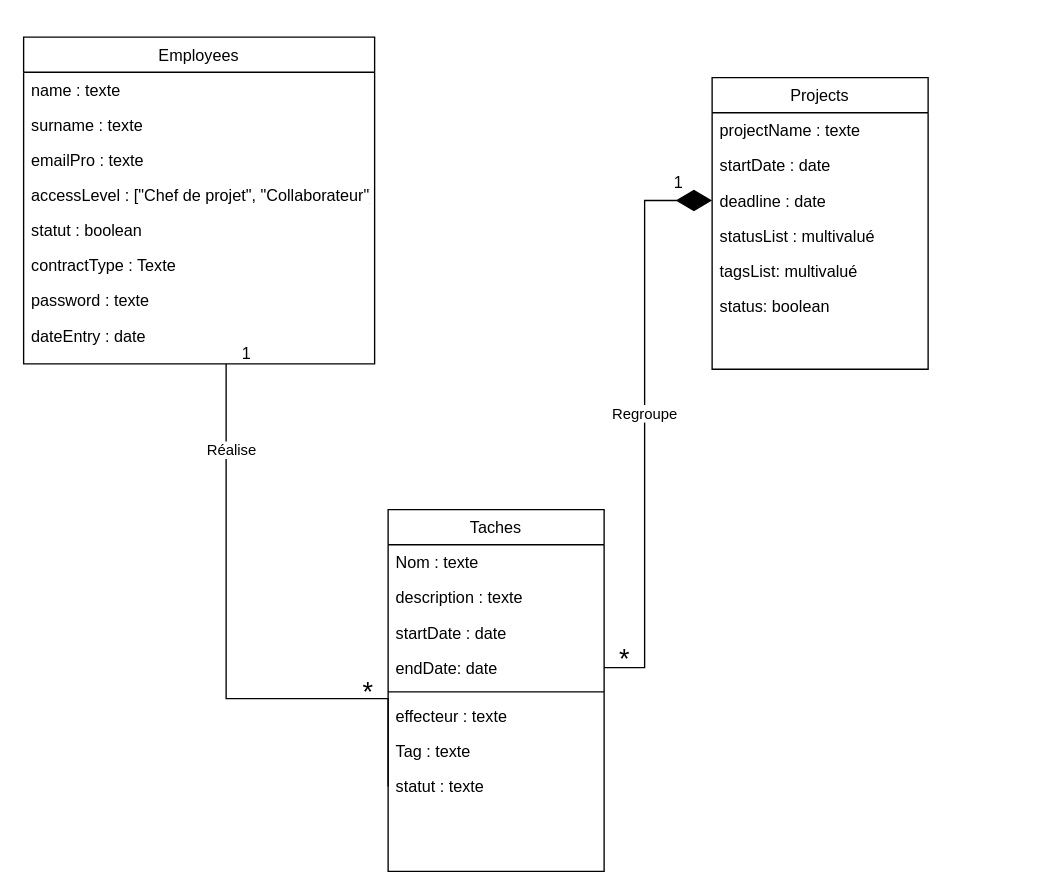
This is Diagramme sans nom.drawio from cbeauquel/OC_projet7, a draw.io file, before an edit. Source tidied: cells renumbered, new cells numbered last; positions are measured from the earlier drawing's top-left corner, leaving out a move shared by most shapes. Both pictures are drawn from the tidied source at 135%, with x=0, y=0 at pixel (23, 36).
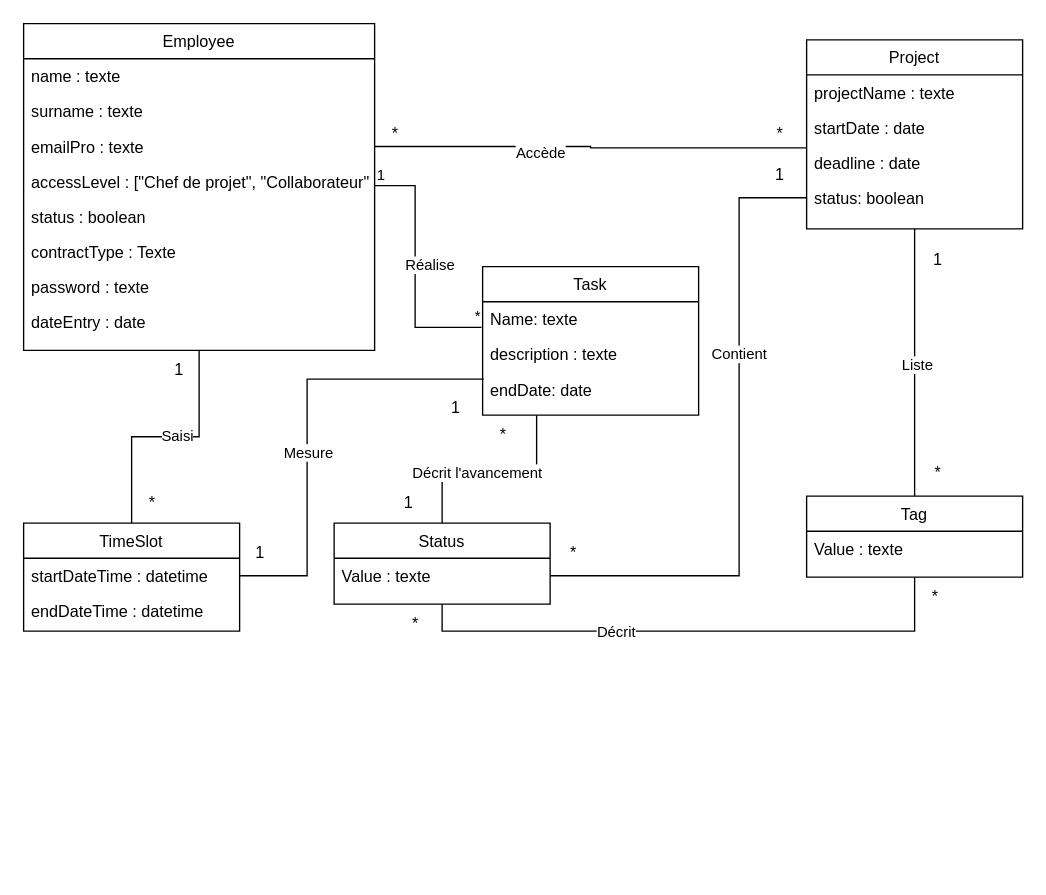
Above is the later version.

Commit message (it also covers changes not shown here):
Mettre à jour Diagramme sans nom.drawio

Unchanged cells that the change refers to:
```xml
<mxCell id="5" value="emailPro : texte" style="text;align=left;verticalAlign=top;spacingLeft=4;spacingRight=4;overflow=hidden;points=[[0,0.5],[1,0.5]];portConstraint=eastwest;rounded=0;shadow=0;html=0;" parent="2" vertex="1">
  <mxGeometry y="78" width="260" height="26" as="geometry" />
</mxCell>
<mxCell id="25" value="deadline : date" style="text;align=left;verticalAlign=top;spacingLeft=4;spacingRight=4;overflow=hidden;points=[[0,0.5],[1,0.5]];portConstraint=eastwest;rounded=0;shadow=0;html=0;" parent="22" vertex="1">
  <mxGeometry y="78" width="160" height="26" as="geometry" />
</mxCell>
```

What changed in the source:
```diff
@@
+    <mxCell id="35" style="edgeStyle=orthogonalEdgeStyle;rounded=0;jettySize=auto;html=1;exitX=0.5;exitY=1;exitDx=0;exitDy=0;entryX=0.5;entryY=0;entryDx=0;entryDy=0;endArrow=none;endFill=0;" parent="1" edge="1" source="2" target="50">
+      <mxGeometry relative="1" as="geometry" />
+    </mxCell>
+    <mxCell id="36" value="Saisi" style="edgeLabel;html=1;align=center;verticalAlign=middle;" parent="35" vertex="1">
+      <mxGeometry x="-0.09" y="-1" relative="1" as="geometry" />
+    </mxCell>
-    <mxCell id="2" value="Employees" style="swimlane;fontStyle=0;align=center;verticalAlign=top;horizontal=1;startSize=26;rounded=0;shadow=0;strokeWidth=1;" parent="1" vertex="1">
-      <mxGeometry width="260" height="242" as="geometry" />
+    <mxCell id="2" value="Employee" style="swimlane;fontStyle=0;align=center;verticalAlign=top;horizontal=1;startSize=26;rounded=0;shadow=0;strokeWidth=1;" parent="1" vertex="1">
+      <mxGeometry y="-10" width="260" height="242" as="geometry" />
     </mxCell>
@@
+    <mxCell id="37" style="endArrow=none;html=1;edgeStyle=orthogonalEdgeStyle;rounded=0;entryX=-0.005;entryY=0.731;entryDx=0;entryDy=0;entryPerimeter=0;" parent="2" edge="1" target="12">
+      <mxGeometry relative="1" as="geometry">
+        <mxPoint x="260" y="120" as="sourcePoint" />
+        <Array as="points">
+          <mxPoint x="290" y="120" />
+          <mxPoint x="290" y="225" />
+        </Array>
+      </mxGeometry>
+    </mxCell>
+    <mxCell id="38" value="1" style="edgeLabel;html=1;align=left;verticalAlign=bottom;" parent="37" vertex="1">
+      <mxGeometry x="-1" relative="1" as="geometry" />
+    </mxCell>
+    <mxCell id="39" value="*" style="edgeLabel;html=1;align=right;verticalAlign=bottom;" parent="37" vertex="1">
+      <mxGeometry x="1" relative="1" as="geometry" />
+    </mxCell>
+    <mxCell id="21" value="Réalise" style="edgeLabel;html=1;align=center;verticalAlign=middle;" parent="37" vertex="1">
+      <mxGeometry x="-0.06" relative="1" as="geometry">
+        <mxPoint x="10" y="1" as="offset" />
+      </mxGeometry>
+    </mxCell>
-    <mxCell id="7" value="statut : boolean" style="text;align=left;verticalAlign=top;spacingLeft=4;spacingRight=4;overflow=hidden;rounded=0;shadow=0;html=0;" parent="2" vertex="1">
+    <mxCell id="7" value="status : boolean" style="text;align=left;verticalAlign=top;spacingLeft=4;spacingRight=4;overflow=hidden;rounded=0;shadow=0;html=0;" parent="2" vertex="1">
       <mxGeometry y="130" width="260" height="26" as="geometry" />
     </mxCell>
@@
-    <mxCell id="11" value="Taches" style="swimlane;fontStyle=0;align=center;verticalAlign=top;horizontal=1;startSize=26;rounded=0;shadow=0;strokeWidth=1;" parent="1" vertex="1">
-      <mxGeometry x="270" y="350" width="160" height="268" as="geometry" />
+    <mxCell id="11" value="Task" style="swimlane;fontStyle=0;align=center;verticalAlign=top;horizontal=1;startSize=26;rounded=0;shadow=0;strokeWidth=1;" parent="1" vertex="1">
+      <mxGeometry x="340" y="170" width="160" height="110" as="geometry" />
     </mxCell>
-    <mxCell id="12" value="Nom : texte" style="text;align=left;verticalAlign=top;spacingLeft=4;spacingRight=4;overflow=hidden;points=[[0,0.5],[1,0.5]];portConstraint=eastwest;strokeColor=none;" parent="11" vertex="1">
+    <mxCell id="12" value="Name: texte" style="text;align=left;verticalAlign=top;spacingLeft=4;spacingRight=4;overflow=hidden;points=[[0,0.5],[1,0.5]];portConstraint=eastwest;strokeColor=none;" parent="11" vertex="1">
       <mxGeometry y="26" width="160" height="26" as="geometry" />
     </mxCell>
@@
-    <mxCell id="14" value="startDate : date" style="text;align=left;verticalAlign=top;spacingLeft=4;spacingRight=4;overflow=hidden;rounded=0;shadow=0;html=0;" parent="11" vertex="1">
-      <mxGeometry y="78" width="160" height="26" as="geometry" />
-    </mxCell>
     <mxCell id="15" value="endDate: date" style="text;align=left;verticalAlign=top;spacingLeft=4;spacingRight=4;overflow=hidden;points=[[0,0.5],[1,0.5]];portConstraint=eastwest;rounded=0;shadow=0;html=0;" parent="11" vertex="1">
-      <mxGeometry y="104" width="160" height="26" as="geometry" />
+      <mxGeometry y="78" width="160" height="26" as="geometry" />
     </mxCell>
-    <mxCell id="16" style="line;strokeWidth=1;html=1;" parent="11" vertex="1">
-      <mxGeometry y="130" width="160" height="10" as="geometry" />
-    </mxCell>
-    <mxCell id="17" value="effecteur : texte" style="text;align=left;verticalAlign=top;spacingLeft=4;spacingRight=4;overflow=hidden;rounded=0;shadow=0;html=0;" parent="11" vertex="1">
-      <mxGeometry y="140" width="160" height="26" as="geometry" />
-    </mxCell>
-    <mxCell id="18" value="Tag : texte" style="text;align=left;verticalAlign=top;spacingLeft=4;spacingRight=4;overflow=hidden;rounded=0;shadow=0;html=0;" parent="11" vertex="1">
-      <mxGeometry y="166" width="160" height="26" as="geometry" />
-    </mxCell>
-    <mxCell id="19" value="statut : texte" style="text;align=left;verticalAlign=top;spacingLeft=4;spacingRight=4;overflow=hidden;points=[[0,0.5],[1,0.5]];portConstraint=eastwest;rounded=0;shadow=0;html=0;" parent="11" vertex="1">
-      <mxGeometry y="192" width="160" height="26" as="geometry" />
-    </mxCell>
-    <mxCell id="20" style="endArrow=none;endSize=10;endFill=0;shadow=0;strokeWidth=1;rounded=0;curved=0;edgeStyle=elbowEdgeStyle;elbow=vertical;exitX=0;exitY=0.5;exitDx=0;exitDy=0;" parent="1" edge="1" source="19" target="2">
-      <mxGeometry relative="1" as="geometry">
-        <Array as="points">
-          <mxPoint x="150" y="490" />
-        </Array>
-      </mxGeometry>
-    </mxCell>
-    <mxCell id="21" value="Réalise" style="edgeLabel;html=1;align=center;verticalAlign=middle;" parent="20" vertex="1">
-      <mxGeometry x="0.71" y="-3" relative="1" as="geometry" />
-    </mxCell>
+    <mxCell id="40" style="edgeStyle=orthogonalEdgeStyle;rounded=0;jettySize=auto;html=1;exitX=0.5;exitY=1;exitDx=0;exitDy=0;entryX=0.5;entryY=0;entryDx=0;entryDy=0;endArrow=none;endFill=0;" parent="1" edge="1" source="22" target="44">
+      <mxGeometry relative="1" as="geometry" />
+    </mxCell>
+    <mxCell id="41" value="Liste" style="edgeLabel;html=1;align=center;verticalAlign=middle;" parent="40" vertex="1">
+      <mxGeometry x="0.01" y="1" relative="1" as="geometry" />
+    </mxCell>
-    <mxCell id="22" value="Projects" style="swimlane;fontStyle=0;align=center;verticalAlign=top;horizontal=1;startSize=26;rounded=0;shadow=0;strokeWidth=1;" parent="1" vertex="1">
-      <mxGeometry x="510" y="30" width="160" height="216" as="geometry" />
+    <mxCell id="22" value="Project" style="swimlane;fontStyle=0;align=center;verticalAlign=top;horizontal=1;startSize=26;rounded=0;shadow=0;strokeWidth=1;" parent="1" vertex="1">
+      <mxGeometry x="580" y="2" width="160" height="140" as="geometry" />
     </mxCell>
@@
-    <mxCell id="26" value="statusList : multivalué" style="text;align=left;verticalAlign=top;spacingLeft=4;spacingRight=4;overflow=hidden;rounded=0;shadow=0;html=0;" parent="22" vertex="1">
-      <mxGeometry y="104" width="160" height="26" as="geometry" />
-    </mxCell>
-    <mxCell id="27" value="tagsList: multivalué" style="text;align=left;verticalAlign=top;spacingLeft=4;spacingRight=4;overflow=hidden;rounded=0;shadow=0;html=0;" parent="22" vertex="1">
-      <mxGeometry y="130" width="160" height="26" as="geometry" />
-    </mxCell>
     <mxCell id="28" value="status: boolean" style="text;align=left;verticalAlign=top;spacingLeft=4;spacingRight=4;overflow=hidden;points=[[0,0.5],[1,0.5]];portConstraint=eastwest;rounded=0;shadow=0;html=0;" parent="22" vertex="1">
-      <mxGeometry y="156" width="160" height="26" as="geometry" />
+      <mxGeometry y="104" width="160" height="26" as="geometry" />
     </mxCell>
-    <mxCell id="29" style="endArrow=diamondThin;endFill=1;endSize=24;html=1;rounded=0;entryX=0;entryY=0.5;entryDx=0;entryDy=0;exitX=1;exitY=0.5;exitDx=0;exitDy=0;" parent="1" edge="1" source="15" target="25">
-      <mxGeometry relative="1" as="geometry">
-        <Array as="points">
-          <mxPoint x="460" y="467" />
-          <mxPoint x="460" y="121" />
-        </Array>
-      </mxGeometry>
-    </mxCell>
-    <mxCell id="30" value="Regroupe" style="edgeLabel;html=1;align=center;verticalAlign=middle;" parent="29" vertex="1">
-      <mxGeometry x="0.03" y="1" relative="1" as="geometry" />
-    </mxCell>
-    <mxCell id="31" value="&lt;font style=&quot;font-size: 20px;&quot;&gt;*&lt;/font&gt;" style="text;html=1;align=center;verticalAlign=middle;strokeColor=none;fillColor=none;" parent="1" vertex="1">
-      <mxGeometry x="430" y="440" width="30" height="40" as="geometry" />
-    </mxCell>
-    <mxCell id="32" value="1" style="text;html=1;align=center;verticalAlign=middle;strokeColor=none;fillColor=none;" parent="1" vertex="1">
-      <mxGeometry x="470" y="93" width="30" height="30" as="geometry" />
-    </mxCell>
-    <mxCell id="33" value="&lt;font style=&quot;font-size: 20px;&quot;&gt;*&lt;/font&gt;" style="text;html=1;align=center;verticalAlign=middle;strokeColor=none;fillColor=none;" parent="1" vertex="1">
-      <mxGeometry x="240" y="464" width="30" height="40" as="geometry" />
-    </mxCell>
-    <mxCell id="34" value="1" style="text;html=1;align=center;verticalAlign=middle;strokeColor=none;fillColor=none;" parent="1" vertex="1">
-      <mxGeometry x="150" y="220" width="30" height="30" as="geometry" />
-    </mxCell>
+    <mxCell id="42" style="edgeStyle=orthogonalEdgeStyle;rounded=0;jettySize=auto;html=1;exitX=0.5;exitY=1;exitDx=0;exitDy=0;entryX=0.5;entryY=1;entryDx=0;entryDy=0;endArrow=none;endFill=0;" parent="1" edge="1" source="44" target="48">
+      <mxGeometry relative="1" as="geometry" />
+    </mxCell>
+    <mxCell id="43" value="Décrit" style="edgeLabel;html=1;align=center;verticalAlign=middle;" parent="42" vertex="1">
+      <mxGeometry x="0.28" relative="1" as="geometry" />
+    </mxCell>
+    <mxCell id="44" value="Tag" style="swimlane;fontStyle=0;align=center;verticalAlign=top;horizontal=1;startSize=26;rounded=0;shadow=0;strokeWidth=1;" parent="1" vertex="1">
+      <mxGeometry x="580" y="340" width="160" height="60" as="geometry" />
+    </mxCell>
+    <mxCell id="45" value="Value : texte" style="text;align=left;verticalAlign=top;spacingLeft=4;spacingRight=4;overflow=hidden;strokeColor=none;" parent="44" vertex="1">
+      <mxGeometry y="26" width="160" height="26" as="geometry" />
+    </mxCell>
+    <mxCell id="46" style="edgeStyle=orthogonalEdgeStyle;rounded=0;jettySize=auto;html=1;exitX=0.5;exitY=0;exitDx=0;exitDy=0;entryX=0.25;entryY=1;entryDx=0;entryDy=0;endArrow=none;endFill=0;" parent="1" edge="1" source="48" target="11">
+      <mxGeometry relative="1" as="geometry" />
+    </mxCell>
+    <mxCell id="47" value="Décrit l'avancement" style="edgeLabel;html=1;align=center;verticalAlign=middle;" parent="46" vertex="1">
+      <mxGeometry x="-0.13" y="-2" relative="1" as="geometry" />
+    </mxCell>
+    <mxCell id="48" value="Status" style="swimlane;fontStyle=0;align=center;verticalAlign=top;horizontal=1;startSize=26;rounded=0;shadow=0;strokeWidth=1;" parent="1" vertex="1">
+      <mxGeometry x="230" y="360" width="160" height="60" as="geometry" />
+    </mxCell>
+    <mxCell id="49" value="Value : texte" style="text;align=left;verticalAlign=top;spacingLeft=4;spacingRight=4;overflow=hidden;points=[[0,0.5],[1,0.5]];portConstraint=eastwest;strokeColor=none;" parent="48" vertex="1">
+      <mxGeometry y="26" width="160" height="26" as="geometry" />
+    </mxCell>
+    <mxCell id="50" value="TimeSlot" style="swimlane;fontStyle=0;align=center;verticalAlign=top;horizontal=1;startSize=26;rounded=0;shadow=0;strokeWidth=1;" parent="1" vertex="1">
+      <mxGeometry y="360" width="160" height="80" as="geometry" />
+    </mxCell>
+    <mxCell id="51" value="startDateTime : datetime" style="text;align=left;verticalAlign=top;spacingLeft=4;spacingRight=4;overflow=hidden;points=[[0,0.5],[1,0.5]];portConstraint=eastwest;rounded=0;shadow=0;html=0;" parent="50" vertex="1">
+      <mxGeometry y="26" width="160" height="26" as="geometry" />
+    </mxCell>
+    <mxCell id="52" value="endDateTime : datetime" style="text;align=left;verticalAlign=top;spacingLeft=4;spacingRight=4;overflow=hidden;rounded=0;shadow=0;html=0;" parent="50" vertex="1">
+      <mxGeometry y="52" width="160" height="26" as="geometry" />
+    </mxCell>
+    <mxCell id="53" style="edgeStyle=orthogonalEdgeStyle;rounded=0;jettySize=auto;html=1;entryX=0;entryY=0.077;entryDx=0;entryDy=0;entryPerimeter=0;endArrow=none;endFill=0;" parent="1" edge="1" source="5" target="25">
+      <mxGeometry relative="1" as="geometry" />
+    </mxCell>
+    <mxCell id="54" value="Accède" style="edgeLabel;html=1;align=center;verticalAlign=middle;" parent="53" vertex="1">
+      <mxGeometry x="-0.24" y="-4" relative="1" as="geometry" />
+    </mxCell>
+    <mxCell id="55" value="*" style="text;html=1;align=center;verticalAlign=middle;strokeColor=none;fillColor=none;" parent="1" vertex="1">
+      <mxGeometry x="260" y="57" width="30" height="30" as="geometry" />
+    </mxCell>
+    <mxCell id="56" value="*" style="text;html=1;align=center;verticalAlign=middle;strokeColor=none;fillColor=none;" parent="1" vertex="1">
+      <mxGeometry x="545" y="57" width="30" height="30" as="geometry" />
+    </mxCell>
+    <mxCell id="57" value="1" style="text;html=1;align=center;verticalAlign=middle;strokeColor=none;fillColor=none;" parent="1" vertex="1">
+      <mxGeometry x="100" y="232" width="30" height="30" as="geometry" />
+    </mxCell>
+    <mxCell id="58" value="*" style="text;html=1;align=center;verticalAlign=middle;strokeColor=none;fillColor=none;" parent="1" vertex="1">
+      <mxGeometry x="80" y="330" width="30" height="30" as="geometry" />
+    </mxCell>
+    <mxCell id="59" value="*" style="text;html=1;align=center;verticalAlign=middle;strokeColor=none;fillColor=none;" parent="1" vertex="1">
+      <mxGeometry x="340" y="280" width="30" height="30" as="geometry" />
+    </mxCell>
+    <mxCell id="60" value="1" style="text;html=1;align=center;verticalAlign=middle;strokeColor=none;fillColor=none;" parent="1" vertex="1">
+      <mxGeometry x="270" y="330" width="30" height="30" as="geometry" />
+    </mxCell>
+    <mxCell id="61" style="edgeStyle=orthogonalEdgeStyle;rounded=0;jettySize=auto;html=1;exitX=0;exitY=0.5;exitDx=0;exitDy=0;entryX=1;entryY=0.5;entryDx=0;entryDy=0;endArrow=none;endFill=0;" parent="1" edge="1" source="28" target="49">
+      <mxGeometry relative="1" as="geometry">
+        <Array as="points">
+          <mxPoint x="530" y="119" />
+          <mxPoint x="530" y="399" />
+        </Array>
+      </mxGeometry>
+    </mxCell>
+    <mxCell id="62" value="Contient" style="edgeLabel;html=1;align=center;verticalAlign=middle;" parent="61" vertex="1">
+      <mxGeometry x="-0.3" y="-1" relative="1" as="geometry" />
+    </mxCell>
+    <mxCell id="63" value="1" style="text;html=1;align=center;verticalAlign=middle;strokeColor=none;fillColor=none;" parent="1" vertex="1">
+      <mxGeometry x="545" y="87" width="30" height="30" as="geometry" />
+    </mxCell>
+    <mxCell id="64" value="*" style="text;html=1;align=center;verticalAlign=middle;strokeColor=none;fillColor=none;" parent="1" vertex="1">
+      <mxGeometry x="392" y="367" width="30" height="30" as="geometry" />
+    </mxCell>
+    <mxCell id="65" value="*" style="text;html=1;align=center;verticalAlign=middle;strokeColor=none;fillColor=none;" parent="1" vertex="1">
+      <mxGeometry x="275" y="420" width="30" height="30" as="geometry" />
+    </mxCell>
+    <mxCell id="66" value="*" style="text;html=1;align=center;verticalAlign=middle;strokeColor=none;fillColor=none;" parent="1" vertex="1">
+      <mxGeometry x="660" y="400" width="30" height="30" as="geometry" />
+    </mxCell>
+    <mxCell id="67" value="*" style="text;html=1;align=center;verticalAlign=middle;strokeColor=none;fillColor=none;" parent="1" vertex="1">
+      <mxGeometry x="662" y="308" width="30" height="30" as="geometry" />
+    </mxCell>
+    <mxCell id="68" value="1" style="text;html=1;align=center;verticalAlign=middle;strokeColor=none;fillColor=none;" parent="1" vertex="1">
+      <mxGeometry x="662" y="150" width="30" height="30" as="geometry" />
+    </mxCell>
+    <mxCell id="69" style="edgeStyle=orthogonalEdgeStyle;rounded=0;jettySize=auto;html=1;exitX=1;exitY=0.5;exitDx=0;exitDy=0;entryX=0.005;entryY=0.205;entryDx=0;entryDy=0;entryPerimeter=0;endArrow=none;endFill=0;" parent="1" edge="1" source="51" target="15">
+      <mxGeometry relative="1" as="geometry">
+        <Array as="points">
+          <mxPoint x="210" y="399" />
+          <mxPoint x="210" y="253" />
+        </Array>
+      </mxGeometry>
+    </mxCell>
+    <mxCell id="70" value="Mesure" style="edgeLabel;html=1;align=center;verticalAlign=middle;" parent="69" vertex="1">
+      <mxGeometry x="-0.13" relative="1" as="geometry" />
+    </mxCell>
+    <mxCell id="71" value="1" style="text;html=1;align=center;verticalAlign=middle;strokeColor=none;fillColor=none;" parent="1" vertex="1">
+      <mxGeometry x="160" y="367" width="30" height="30" as="geometry" />
+    </mxCell>
+    <mxCell id="72" value="1" style="text;html=1;align=center;verticalAlign=middle;strokeColor=none;fillColor=none;" parent="1" vertex="1">
+      <mxGeometry x="305" y="260" width="30" height="30" as="geometry" />
+    </mxCell>
```
